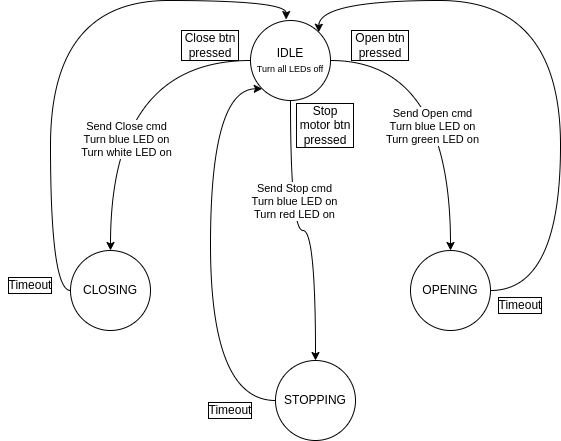
Above: AtmelStudio/Drafts/StateMachineGarageDoorTX/StateMachineGarageDoorTX/stateMachineGraph.drawio.png in xb0be/avr-programming (draw.io), before the change. Source tidied: cells renumbered, new cells last; positions are measured from the earlier drawing's top-left corner, leaving out a move shared by most shapes.
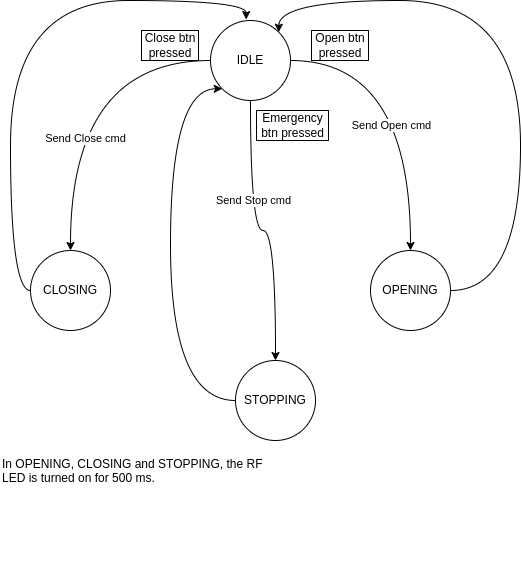
Above is the later version.

Commit message:
Fixed/updated state machine graph

What changed in the source:
```diff
@@ -5,7 +5,7 @@
     <mxCell id="2" style="edgeStyle=orthogonalEdgeStyle;rounded=0;jettySize=auto;html=1;curved=1;" parent="1" edge="1" source="9" target="11">
       <mxGeometry relative="1" as="geometry" />
     </mxCell>
-    <mxCell id="3" value="Send Open cmd&lt;br&gt;Turn blue LED on&lt;br&gt;Turn green LED on" style="edgeLabel;html=1;align=center;verticalAlign=middle;" parent="2" vertex="1">
+    <mxCell id="3" value="Send Open cmd" style="edgeLabel;html=1;align=center;verticalAlign=middle;" parent="2" vertex="1">
       <mxGeometry x="0.19" y="-19" relative="1" as="geometry" />
     </mxCell>
     <mxCell id="4" style="edgeStyle=orthogonalEdgeStyle;curved=1;rounded=0;jettySize=auto;html=1;entryX=0.5;entryY=0;entryDx=0;entryDy=0;" parent="1" edge="1" source="9" target="13">
@@ -14,16 +14,16 @@
     <mxCell id="5" value="&lt;span style=&quot;color: rgba(0, 0, 0, 0); font-family: monospace; font-size: 0px; text-align: start; background-color: rgb(248, 249, 250);&quot;&gt;%3CmxGraphModel%3E%3Croot%3E%3CmxCell%20id%3D%220%22%2F%3E%3CmxCell%20id%3D%221%22%20parent%3D%220%22%2F%3E%3CmxCell%20id%3D%222%22%20value%3D%22Send%20Open%20cmd%26lt%3Bbr%26gt%3BTurn%20green%20LED%20on%22%20style%3D%22edgeLabel%3Bhtml%3D1%3Balign%3Dcenter%3BverticalAlign%3Dmiddle%3Bresizable%3D0%3Bpoints%3D%5B%5D%3B%22%20vertex%3D%221%22%20connectable%3D%220%22%20parent%3D%221%22%3E%3CmxGeometry%20x%3D%22541%22%20y%3D%22265%22%20as%3D%22geometry%22%2F%3E%3C%2FmxCell%3E%3C%2Froot%3E%3C%2FmxGraphModel%3Send&lt;/span&gt;" style="edgeLabel;html=1;align=center;verticalAlign=middle;" parent="4" vertex="1">
       <mxGeometry x="0.33" y="19" relative="1" as="geometry" />
     </mxCell>
-    <mxCell id="6" value="Send Close cmd&lt;br&gt;Turn blue LED on&lt;br&gt;Turn white LED on" style="edgeLabel;html=1;align=center;verticalAlign=middle;" parent="4" vertex="1">
+    <mxCell id="6" value="Send Close cmd" style="edgeLabel;html=1;align=center;verticalAlign=middle;" parent="4" vertex="1">
       <mxGeometry x="0.32" y="15" relative="1" as="geometry" />
     </mxCell>
     <mxCell id="7" style="edgeStyle=orthogonalEdgeStyle;curved=1;rounded=0;jettySize=auto;html=1;entryX=0.5;entryY=0;entryDx=0;entryDy=0;" parent="1" edge="1" source="9" target="15">
       <mxGeometry relative="1" as="geometry" />
     </mxCell>
-    <mxCell id="8" value="Send Stop cmd&lt;br&gt;Turn blue LED on&lt;br&gt;Turn red LED on" style="edgeLabel;html=1;align=center;verticalAlign=middle;" parent="7" vertex="1">
+    <mxCell id="8" value="Send Stop cmd" style="edgeLabel;html=1;align=center;verticalAlign=middle;" parent="7" vertex="1">
       <mxGeometry x="-0.3" y="3" relative="1" as="geometry" />
     </mxCell>
-    <mxCell id="9" value="IDLE&lt;br&gt;&lt;font style=&quot;font-size: 9px;&quot;&gt;Turn all LEDs off&lt;/font&gt;" style="ellipse;whiteSpace=wrap;html=1;" parent="1" vertex="1">
+    <mxCell id="9" value="IDLE" style="ellipse;whiteSpace=wrap;html=1;" parent="1" vertex="1">
       <mxGeometry x="250" y="20" width="80" height="80" as="geometry" />
     </mxCell>
     <mxCell id="10" style="edgeStyle=orthogonalEdgeStyle;curved=1;rounded=0;jettySize=auto;html=1;entryX=1;entryY=0;entryDx=0;entryDy=0;exitX=1;exitY=0.5;exitDx=0;exitDy=0;" parent="1" edge="1" source="11" target="9">
@@ -55,23 +55,17 @@
     <mxCell id="15" value="STOPPING" style="ellipse;whiteSpace=wrap;html=1;" parent="1" vertex="1">
       <mxGeometry x="275" y="360" width="80" height="80" as="geometry" />
     </mxCell>
-    <mxCell id="16" value="Timeout" style="text;html=1;strokeColor=none;fillColor=none;align=center;verticalAlign=middle;whiteSpace=wrap;rounded=0;labelBorderColor=default;" parent="1" vertex="1">
-      <mxGeometry x="490" y="290" width="60" height="30" as="geometry" />
-    </mxCell>
-    <mxCell id="17" value="Timeout" style="text;html=1;strokeColor=none;fillColor=none;align=center;verticalAlign=middle;whiteSpace=wrap;rounded=0;labelBorderColor=default;" parent="1" vertex="1">
-      <mxGeometry x="200" y="395" width="60" height="30" as="geometry" />
-    </mxCell>
-    <mxCell id="18" value="Timeout" style="text;html=1;strokeColor=none;fillColor=none;align=center;verticalAlign=middle;whiteSpace=wrap;rounded=0;labelBorderColor=default;" parent="1" vertex="1">
-      <mxGeometry y="270" width="60" height="30" as="geometry" />
-    </mxCell>
     <mxCell id="19" value="Open btn pressed" style="text;html=1;strokeColor=none;fillColor=none;align=center;verticalAlign=middle;whiteSpace=wrap;rounded=0;labelBorderColor=default;" parent="1" vertex="1">
       <mxGeometry x="350" y="30" width="60" height="30" as="geometry" />
     </mxCell>
     <mxCell id="20" value="Close btn pressed" style="text;html=1;strokeColor=none;fillColor=none;align=center;verticalAlign=middle;whiteSpace=wrap;rounded=0;labelBorderColor=default;" parent="1" vertex="1">
       <mxGeometry x="180" y="30" width="60" height="30" as="geometry" />
     </mxCell>
-    <mxCell id="21" value="Stop motor btn pressed" style="text;html=1;strokeColor=none;fillColor=none;align=center;verticalAlign=middle;whiteSpace=wrap;rounded=0;labelBorderColor=default;" parent="1" vertex="1">
-      <mxGeometry x="295" y="110" width="60" height="30" as="geometry" />
+    <mxCell id="21" value="Emergency btn pressed" style="text;html=1;strokeColor=none;fillColor=none;align=center;verticalAlign=middle;whiteSpace=wrap;rounded=0;labelBorderColor=default;" parent="1" vertex="1">
+      <mxGeometry x="295" y="110" width="75" height="30" as="geometry" />
     </mxCell>
+    <mxCell id="22" value="In OPENING, CLOSING and STOPPING, the RF LED is turned on for 500 ms." style="text;html=1;strokeColor=none;fillColor=none;align=left;verticalAlign=top;whiteSpace=wrap;rounded=0;" parent="1" vertex="1">
+      <mxGeometry x="40" y="450" width="280" height="120" as="geometry" />
+    </mxCell>
   </root>
 </mxGraphModel>
```
